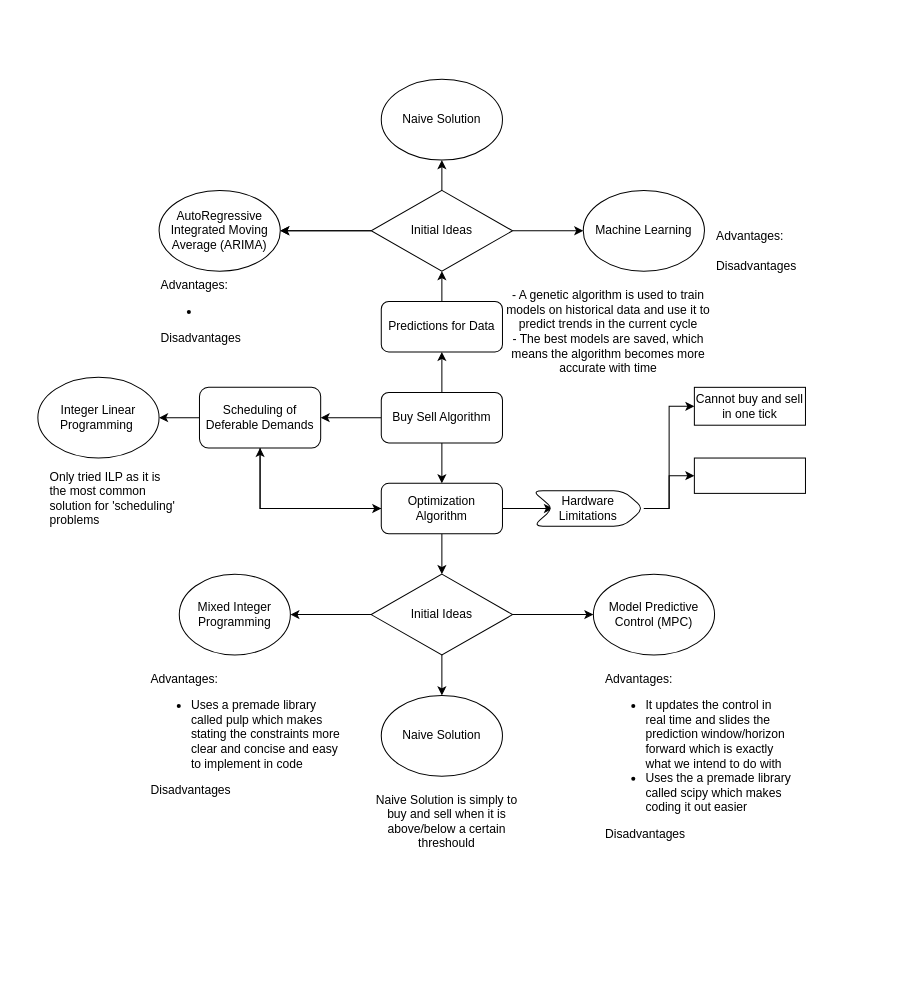
Earlier version of the draw.io diagram Untitled Diagram.drawio (chinjyanson/SmartGrid). Source tidied: cells renumbered, new cells numbered last; positions are measured from the earlier drawing's top-left corner, leaving out a move shared by most shapes. Both pictures are drawn from the tidied source at 101%, with x=0, y=0 at pixel (37, 79).
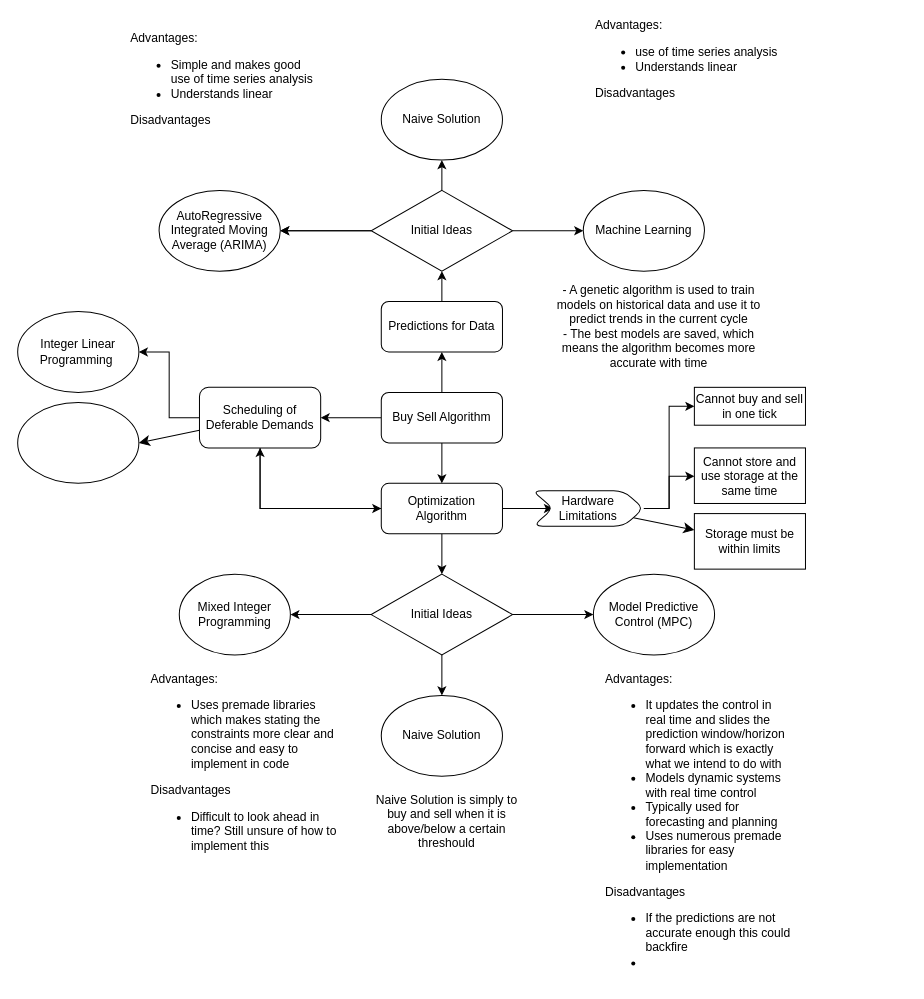
Above is the later version.

Unchanged cells that the change refers to:
```xml
<mxCell id="26" value="Scheduling of Deferable Demands" style="whiteSpace=wrap;html=1;rounded=1;" parent="1" vertex="1">
  <mxGeometry x="160" y="305" width="120" height="60" as="geometry" />
</mxCell>
<mxCell id="29" value="Hardware Limitations" style="shape=step;perimeter=stepPerimeter;whiteSpace=wrap;html=1;fixedSize=1;rounded=1;" parent="1" vertex="1">
  <mxGeometry x="490" y="407.5" width="110" height="35" as="geometry" />
</mxCell>
```

Change to the diagram source:
```diff
@@
-    <mxCell id="17" value="Advantages:&lt;div&gt;&lt;ul&gt;&lt;li&gt;Uses a premade library called pulp which makes stating the constraints more clear and concise and easy to implement in code&lt;/li&gt;&lt;/ul&gt;&lt;/div&gt;&lt;div style=&quot;&quot;&gt;Disadvantages&lt;/div&gt;" style="text;html=1;align=left;verticalAlign=top;whiteSpace=wrap;rounded=0;" parent="1" vertex="1">
+    <mxCell id="17" value="Advantages:&lt;div&gt;&lt;ul&gt;&lt;li&gt;Uses premade libraries which makes stating the constraints more clear and concise and easy to implement in code&lt;/li&gt;&lt;/ul&gt;&lt;/div&gt;&lt;div style=&quot;&quot;&gt;Disadvantages&lt;/div&gt;&lt;div style=&quot;&quot;&gt;&lt;ul&gt;&lt;li&gt;Difficult to look ahead in time? Still unsure of how to implement this&lt;/li&gt;&lt;/ul&gt;&lt;/div&gt;" style="text;html=1;align=left;verticalAlign=top;whiteSpace=wrap;rounded=0;" parent="1" vertex="1">
       <mxGeometry x="110" y="580" width="190" height="280" as="geometry" />
     </mxCell>
@@
+    <mxCell id="43" style="edgeStyle=none;curved=1;rounded=0;jettySize=auto;html=1;entryX=1;entryY=0.5;entryDx=0;entryDy=0;fontSize=12;startSize=8;endSize=8;" parent="1" edge="1" source="26" target="46">
+      <mxGeometry relative="1" as="geometry" />
+    </mxCell>
@@
     <mxCell id="28" style="edgeStyle=orthogonalEdgeStyle;rounded=0;jettySize=auto;html=1;" parent="1" edge="1" source="29" target="40">
-      <mxGeometry relative="1" as="geometry" />
+      <mxGeometry relative="1" as="geometry">
+        <Array as="points">
+          <mxPoint x="625" y="425" />
+          <mxPoint x="625" y="393" />
+        </Array>
+      </mxGeometry>
     </mxCell>
+    <mxCell id="44" style="edgeStyle=none;curved=1;rounded=0;jettySize=auto;html=1;fontSize=12;startSize=8;endSize=8;" parent="1" edge="1" source="29" target="45">
+      <mxGeometry relative="1" as="geometry" />
+    </mxCell>
@@
     <mxCell id="30" value="Integer Linear Programming&amp;nbsp;" style="ellipse;whiteSpace=wrap;html=1;" parent="1" vertex="1">
-      <mxGeometry y="295" width="120" height="80" as="geometry" />
+      <mxGeometry x="-20" y="230" width="120" height="80" as="geometry" />
     </mxCell>
-    <mxCell id="31" value="Only tried ILP as it is the most common solution for 'scheduling' problems" style="text;html=1;align=left;verticalAlign=middle;whiteSpace=wrap;rounded=0;" parent="1" vertex="1">
-      <mxGeometry x="10" y="400" width="130" height="30" as="geometry" />
-    </mxCell>
@@
-    <mxCell id="37" value="Advantages:&lt;div&gt;&lt;ul&gt;&lt;li&gt;&lt;br&gt;&lt;/li&gt;&lt;/ul&gt;&lt;/div&gt;&lt;div style=&quot;&quot;&gt;Disadvantages&lt;/div&gt;" style="text;html=1;align=left;verticalAlign=middle;whiteSpace=wrap;rounded=0;" parent="1" vertex="1">
-      <mxGeometry x="120" y="200" width="190" height="60" as="geometry" />
+    <mxCell id="37" value="Advantages:&lt;div&gt;&lt;ul&gt;&lt;li&gt;Simple and makes good use of time series analysis&amp;nbsp;&lt;/li&gt;&lt;li&gt;Understands linear&amp;nbsp;&lt;/li&gt;&lt;/ul&gt;&lt;/div&gt;&lt;div style=&quot;&quot;&gt;Disadvantages&lt;/div&gt;" style="text;html=1;align=left;verticalAlign=middle;whiteSpace=wrap;rounded=0;" parent="1" vertex="1">
+      <mxGeometry x="90" y="-30" width="190" height="60" as="geometry" />
     </mxCell>
-    <mxCell id="38" value="Advantages:&lt;div&gt;&lt;ul&gt;&lt;li&gt;It updates the control in real time and slides the prediction window/horizon forward which is exactly what we intend to do with&lt;/li&gt;&lt;li&gt;Uses the a premade library called scipy which makes coding it out easier&amp;nbsp;&lt;/li&gt;&lt;/ul&gt;&lt;/div&gt;&lt;div style=&quot;&quot;&gt;Disadvantages&lt;/div&gt;" style="text;html=1;align=left;verticalAlign=top;whiteSpace=wrap;rounded=0;" parent="1" vertex="1">
+    <mxCell id="38" value="Advantages:&lt;div&gt;&lt;ul&gt;&lt;li&gt;It updates the control in real time and slides the prediction window/horizon forward which is exactly what we intend to do with&lt;/li&gt;&lt;li&gt;Models dynamic systems with real time control&lt;/li&gt;&lt;li&gt;Typically used for forecasting and planning&lt;/li&gt;&lt;li&gt;Uses numerous premade libraries for easy implementation&amp;nbsp;&lt;/li&gt;&lt;/ul&gt;&lt;/div&gt;&lt;div style=&quot;&quot;&gt;Disadvantages&lt;/div&gt;&lt;div style=&quot;&quot;&gt;&lt;ul&gt;&lt;li&gt;If the predictions are not accurate enough this could backfire&lt;/li&gt;&lt;li&gt;&lt;br&gt;&lt;/li&gt;&lt;/ul&gt;&lt;/div&gt;" style="text;html=1;align=left;verticalAlign=top;whiteSpace=wrap;rounded=0;" parent="1" vertex="1">
       <mxGeometry x="560" y="580" width="190" height="310" as="geometry" />
     </mxCell>
-    <mxCell id="39" value="Advantages:&lt;div&gt;&lt;br&gt;&lt;/div&gt;&lt;div style=&quot;&quot;&gt;Disadvantages&lt;/div&gt;" style="text;html=1;align=left;verticalAlign=middle;whiteSpace=wrap;rounded=0;" parent="1" vertex="1">
-      <mxGeometry x="670" y="140" width="190" height="60" as="geometry" />
+    <mxCell id="39" value="Advantages:&lt;ul&gt;&lt;li&gt;use of time series analysis&amp;nbsp;&lt;/li&gt;&lt;li&gt;Understands linear&amp;nbsp;&lt;/li&gt;&lt;/ul&gt;&lt;div style=&quot;&quot;&gt;Disadvantages&lt;/div&gt;" style="text;html=1;align=left;verticalAlign=middle;whiteSpace=wrap;rounded=0;" parent="1" vertex="1">
+      <mxGeometry x="550" y="-50" width="190" height="60" as="geometry" />
     </mxCell>
-    <mxCell id="40" style="rounded=0;whiteSpace=wrap;html=1;" parent="1" vertex="1">
-      <mxGeometry x="650" y="375" width="110" height="35" as="geometry" />
+    <mxCell id="40" value="Cannot store and use storage at the same time" style="rounded=0;whiteSpace=wrap;html=1;" parent="1" vertex="1">
+      <mxGeometry x="650" y="365" width="110" height="55" as="geometry" />
     </mxCell>
@@
     <mxCell id="42" value="&lt;div&gt;- A genetic algorithm is used to train models on historical data and use it to predict trends in the current cycle&lt;br&gt;&lt;/div&gt;&lt;div&gt;- The best models are saved, which means the algorithm becomes more accurate with time&lt;br&gt;&lt;/div&gt;" style="text;html=1;align=center;verticalAlign=middle;whiteSpace=wrap;rounded=0;" parent="1" vertex="1">
-      <mxGeometry x="460" y="205" width="210" height="90" as="geometry" />
+      <mxGeometry x="510" y="200" width="210" height="90" as="geometry" />
     </mxCell>
+    <mxCell id="45" value="Storage must be within limits" style="rounded=0;whiteSpace=wrap;html=1;" parent="1" vertex="1">
+      <mxGeometry x="650" y="430" width="110" height="55" as="geometry" />
+    </mxCell>
+    <mxCell id="46" style="ellipse;whiteSpace=wrap;html=1;" parent="1" vertex="1">
+      <mxGeometry x="-20" y="320" width="120" height="80" as="geometry" />
+    </mxCell>
```
